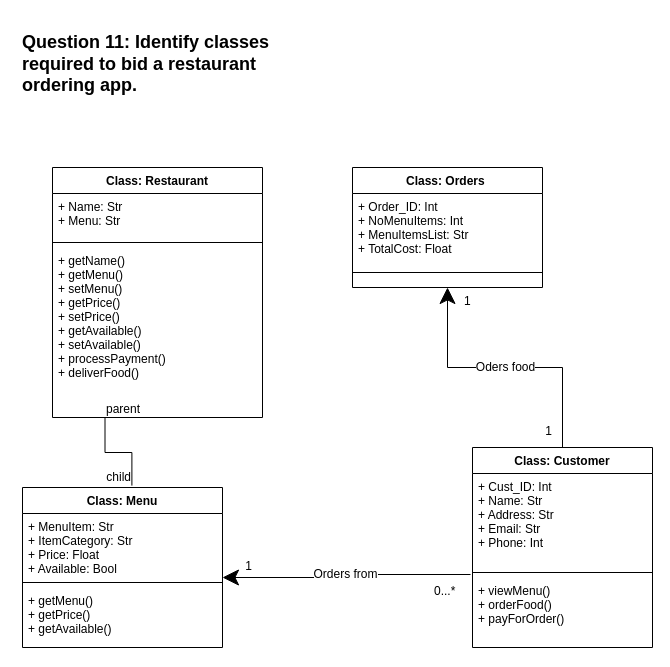
The draw.io diagram Q11. Class Diagram.drawio in Wade008/flowcharts, before the edit. Source tidied: cells renumbered, new cells numbered last; positions are measured from the earlier drawing's top-left corner, leaving out a move shared by most shapes. Both pictures are drawn from the tidied source at 100%, with x=0, y=0 at pixel (17, 27).
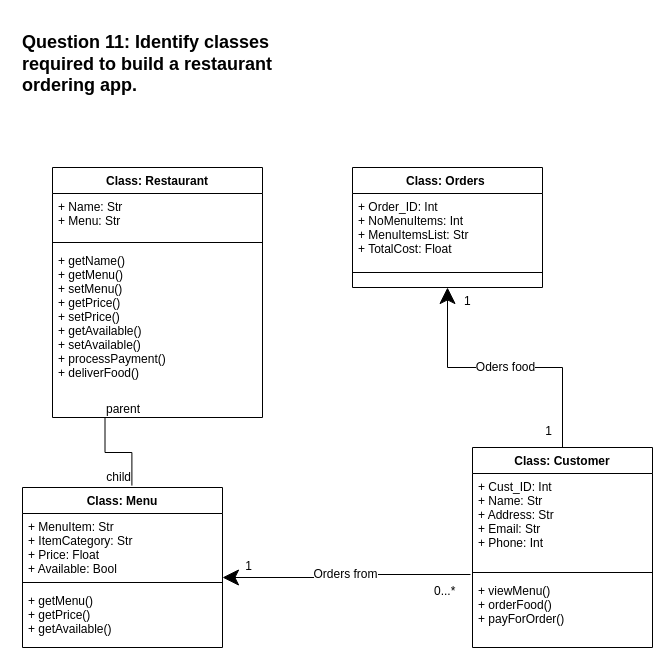
The same page after the edit.

Change to the diagram source:
```diff
@@
-    <mxCell id="26" value="&lt;h2 style=&quot;&quot;&gt;Question 11: Identify classes required to bid a restaurant ordering app.&lt;/h2&gt;" style="text;html=1;strokeColor=none;fillColor=none;spacing=5;spacingTop=-20;whiteSpace=wrap;overflow=hidden;rounded=0;" parent="1" vertex="1">
+    <mxCell id="26" value="&lt;h2 style=&quot;&quot;&gt;Question 11: Identify classes required to build a restaurant ordering app.&lt;/h2&gt;" style="text;html=1;strokeColor=none;fillColor=none;spacing=5;spacingTop=-20;whiteSpace=wrap;overflow=hidden;rounded=0;" parent="1" vertex="1">
       <mxGeometry width="280" height="80" as="geometry" />
     </mxCell>
```
